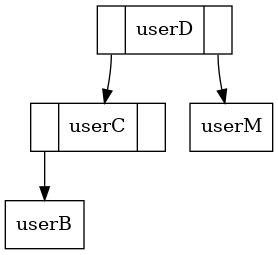
froi0409/GeneradorImagenes keeps this Graphviz diagram as GeneradorFiguras/ArbolUsuarios.png. Above is the earlier version. Its source is kept beside it as GeneradorFiguras/ArbolUsuarios.dot. The source it was exported from:
```dot
digraph arbol {
rankdir=TB
node [shape = record]
nodouserD [ label ="<C0>|userD|<C1>"];
nodouserC [ label ="<C0>|userC|<C1>"];
nodouserB [ label ="userB"];
nodouserC:C0->nodouserB
nodouserD:C0->nodouserC
nodouserM [ label ="userM"];
nodouserD:C1->nodouserM
}
```
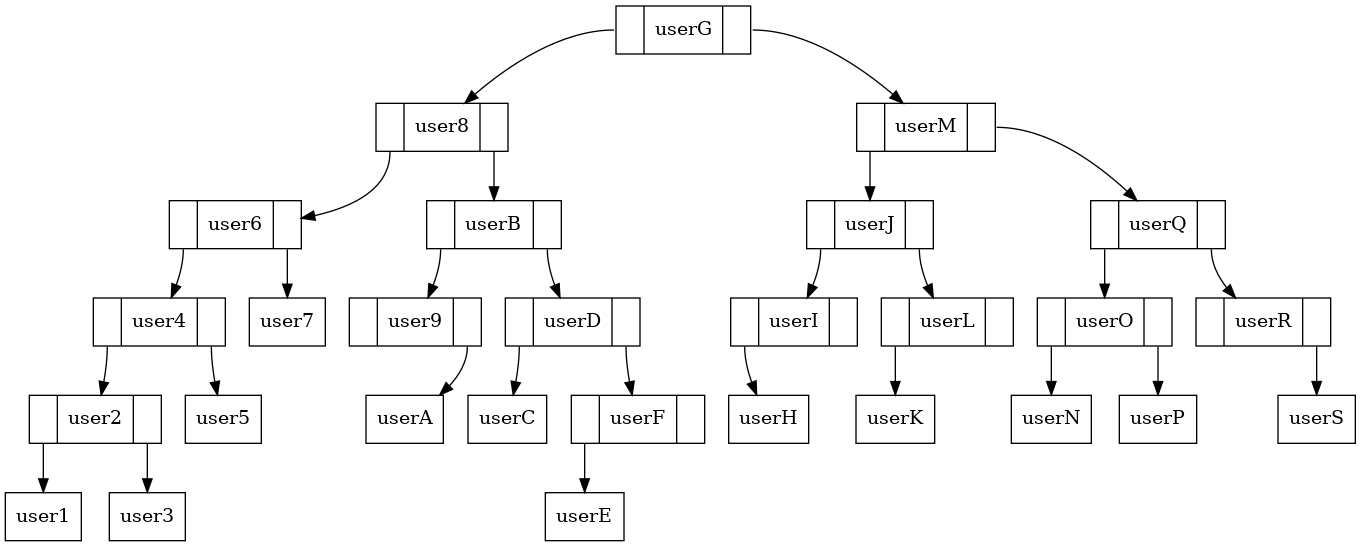
After the commit.

What changed in the source:
```diff
@@ -1,11 +1,59 @@
 digraph arbol {
 rankdir=TB
 node [shape = record]
+nodouserG [ label ="<C0>|userG|<C1>"];
+nodouser8 [ label ="<C0>|user8|<C1>"];
+nodouser6 [ label ="<C0>|user6|<C1>"];
+nodouser4 [ label ="<C0>|user4|<C1>"];
+nodouser2 [ label ="<C0>|user2|<C1>"];
+nodouser1 [ label ="user1"];
+nodouser2:C0->nodouser1
+nodouser3 [ label ="user3"];
+nodouser2:C1->nodouser3
+nodouser4:C0->nodouser2
+nodouser5 [ label ="user5"];
+nodouser4:C1->nodouser5
+nodouser6:C0->nodouser4
+nodouser7 [ label ="user7"];
+nodouser6:C1->nodouser7
+nodouser8:C0->nodouser6
+nodouserB [ label ="<C0>|userB|<C1>"];
+nodouser9 [ label ="<C0>|user9|<C1>"];
+nodouserA [ label ="userA"];
+nodouser9:C1->nodouserA
+nodouserB:C0->nodouser9
 nodouserD [ label ="<C0>|userD|<C1>"];
-nodouserC [ label ="<C0>|userC|<C1>"];
-nodouserB [ label ="userB"];
-nodouserC:C0->nodouserB
+nodouserC [ label ="userC"];
 nodouserD:C0->nodouserC
-nodouserM [ label ="userM"];
-nodouserD:C1->nodouserM
+nodouserF [ label ="<C0>|userF|<C1>"];
+nodouserE [ label ="userE"];
+nodouserF:C0->nodouserE
+nodouserD:C1->nodouserF
+nodouserB:C1->nodouserD
+nodouser8:C1->nodouserB
+nodouserG:C0->nodouser8
+nodouserM [ label ="<C0>|userM|<C1>"];
+nodouserJ [ label ="<C0>|userJ|<C1>"];
+nodouserI [ label ="<C0>|userI|<C1>"];
+nodouserH [ label ="userH"];
+nodouserI:C0->nodouserH
+nodouserJ:C0->nodouserI
+nodouserL [ label ="<C0>|userL|<C1>"];
+nodouserK [ label ="userK"];
+nodouserL:C0->nodouserK
+nodouserJ:C1->nodouserL
+nodouserM:C0->nodouserJ
+nodouserQ [ label ="<C0>|userQ|<C1>"];
+nodouserO [ label ="<C0>|userO|<C1>"];
+nodouserN [ label ="userN"];
+nodouserO:C0->nodouserN
+nodouserP [ label ="userP"];
+nodouserO:C1->nodouserP
+nodouserQ:C0->nodouserO
+nodouserR [ label ="<C0>|userR|<C1>"];
+nodouserS [ label ="userS"];
+nodouserR:C1->nodouserS
+nodouserQ:C1->nodouserR
+nodouserM:C1->nodouserQ
+nodouserG:C1->nodouserM
 }
```
